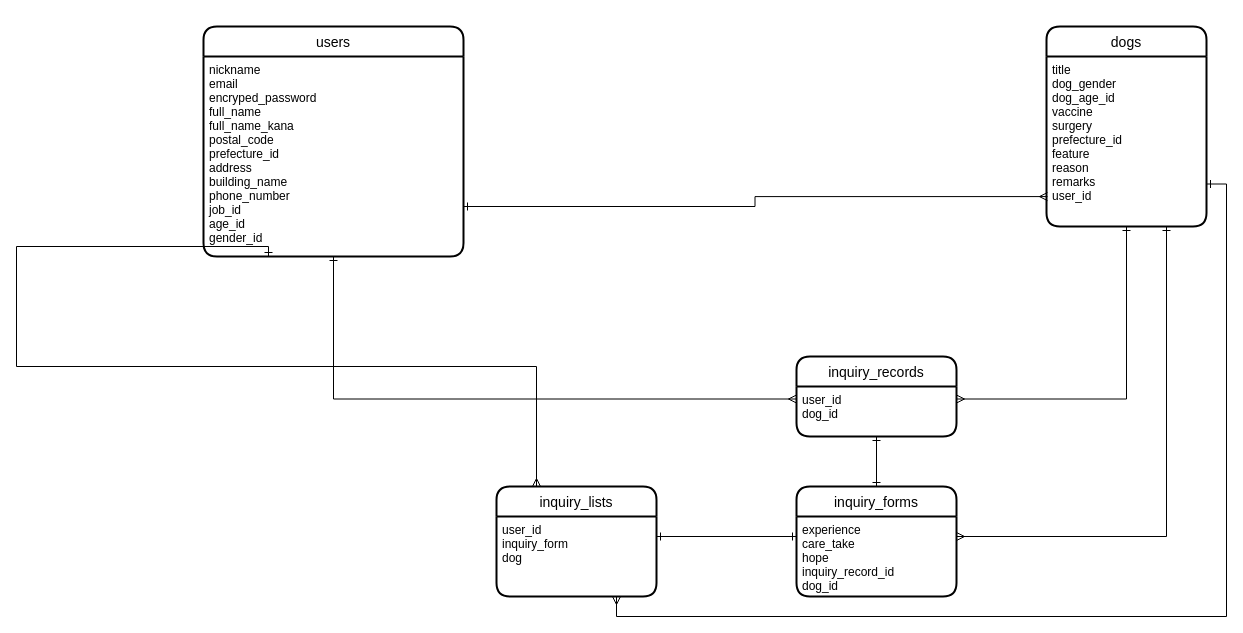
Earlier version of the draw.io diagram dog_home.dio (be-chan/dogs-home). Source tidied: cells renumbered, new cells numbered last; positions are measured from the earlier drawing's top-left corner, leaving out a move shared by most shapes. Both pictures are drawn from the tidied source at 100%, with x=0, y=0 at pixel (16, 26).
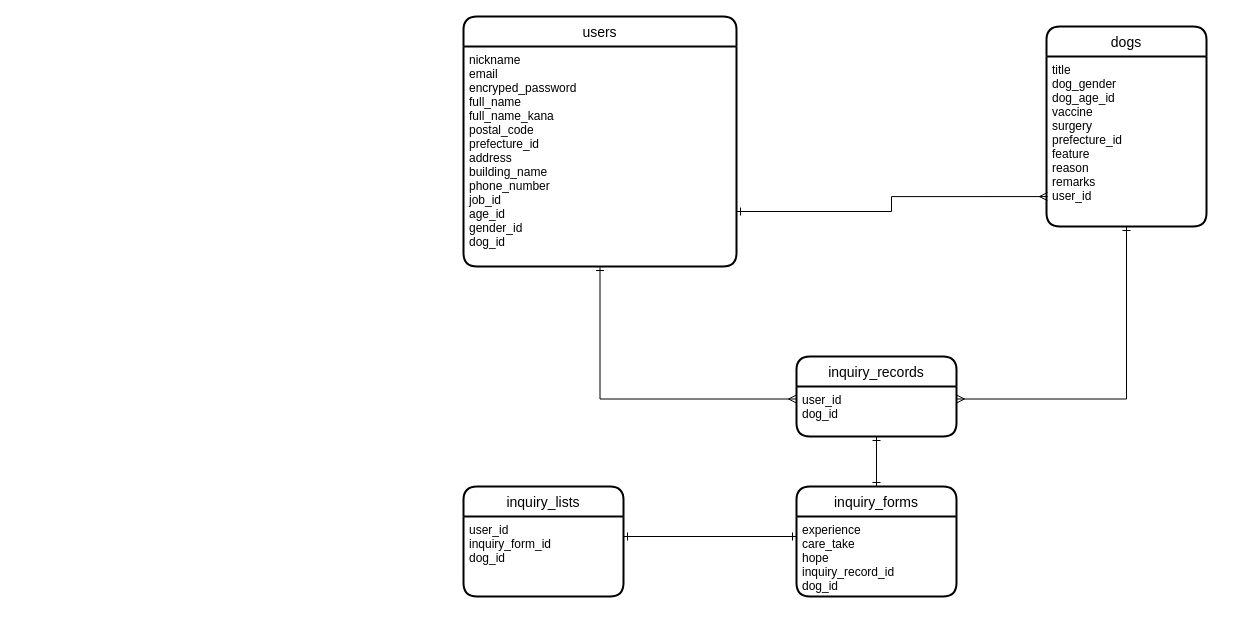
The same diagram, later.

The change refers to these unchanged cells:
```xml
<mxCell id="5" value="title&#10;dog_gender&#10;dog_age_id&#10;vaccine&#10;surgery&#10;prefecture_id&#10;feature&#10;reason&#10;remarks&#10;user_id" style="align=left;strokeColor=none;fillColor=none;spacingLeft=4;fontSize=12;verticalAlign=top;" parent="4" vertex="1">
  <mxGeometry y="30" width="160" height="170" as="geometry" />
</mxCell>
<mxCell id="7" value="experience&#10;care_take&#10;hope&#10;inquiry_record_id&#10;dog_id&#10;" style="align=left;strokeColor=none;fillColor=none;spacingLeft=4;fontSize=12;verticalAlign=top;" parent="6" vertex="1">
  <mxGeometry y="30" width="160" height="80" as="geometry" />
</mxCell>
```

Diff of the diagram source:
```diff
@@
     <mxCell id="2" value="users" style="swimlane;horizontal=1;startSize=30;rounded=1;fontSize=14;fontStyle=0;strokeWidth=2;shadow=0;dashed=0;align=center;" parent="1" vertex="1">
-      <mxGeometry x="187" width="260" height="230" as="geometry" />
+      <mxGeometry x="447" y="-10" width="273" height="250" as="geometry" />
     </mxCell>
-    <mxCell id="3" value="nickname&#10;email&#10;encryped_password&#10;full_name&#10;full_name_kana&#10;postal_code&#10;prefecture_id&#10;address&#10;building_name&#10;phone_number&#10;job_id&#10;age_id&#10;gender_id&#10;" style="align=left;strokeColor=none;fillColor=none;spacingLeft=4;fontSize=12;verticalAlign=top;" parent="2" vertex="1">
-      <mxGeometry y="30" width="260" height="200" as="geometry" />
+    <mxCell id="3" value="nickname&#10;email&#10;encryped_password&#10;full_name&#10;full_name_kana&#10;postal_code&#10;prefecture_id&#10;address&#10;building_name&#10;phone_number&#10;job_id&#10;age_id&#10;gender_id&#10;dog_id&#10;" style="align=left;strokeColor=none;fillColor=none;spacingLeft=4;fontSize=12;verticalAlign=top;" parent="2" vertex="1">
+      <mxGeometry y="30" width="273" height="220" as="geometry" />
     </mxCell>
@@
     <mxCell id="14" value="inquiry_lists" style="swimlane;horizontal=1;startSize=30;rounded=1;fontSize=14;fontStyle=0;strokeWidth=2;shadow=0;dashed=0;align=center;" parent="1" vertex="1">
-      <mxGeometry x="480" y="460" width="160" height="110" as="geometry" />
+      <mxGeometry x="447" y="460" width="160" height="110" as="geometry" />
     </mxCell>
-    <mxCell id="15" value="user_id&#10;inquiry_form&#10;dog" style="align=left;strokeColor=none;fillColor=none;spacingLeft=4;fontSize=12;verticalAlign=top;" parent="14" vertex="1">
+    <mxCell id="15" value="user_id&#10;inquiry_form_id&#10;dog_id" style="align=left;strokeColor=none;fillColor=none;spacingLeft=4;fontSize=12;verticalAlign=top;" parent="14" vertex="1">
       <mxGeometry y="30" width="160" height="80" as="geometry" />
     </mxCell>
@@
-    <mxCell id="17" style="edgeStyle=orthogonalEdgeStyle;rounded=0;jettySize=auto;html=1;exitX=0.25;exitY=1;exitDx=0;exitDy=0;entryX=0.25;entryY=0;entryDx=0;entryDy=0;endArrow=ERmany;endFill=0;startArrow=ERone;startFill=0;" parent="1" edge="1" source="3" target="14">
-      <mxGeometry relative="1" as="geometry">
-        <Array as="points">
-          <mxPoint y="220" />
-          <mxPoint y="340" />
-          <mxPoint x="520" y="340" />
-        </Array>
-      </mxGeometry>
-    </mxCell>
-    <mxCell id="18" style="edgeStyle=orthogonalEdgeStyle;rounded=0;jettySize=auto;html=1;exitX=0.75;exitY=1;exitDx=0;exitDy=0;entryX=1;entryY=0.25;entryDx=0;entryDy=0;endArrow=ERmany;endFill=0;startArrow=ERone;startFill=0;" parent="1" edge="1" source="5" target="7">
-      <mxGeometry relative="1" as="geometry" />
-    </mxCell>
-    <mxCell id="19" style="edgeStyle=orthogonalEdgeStyle;rounded=0;jettySize=auto;html=1;exitX=1;exitY=0.75;exitDx=0;exitDy=0;entryX=0.75;entryY=1;entryDx=0;entryDy=0;startArrow=ERone;startFill=0;endArrow=ERmany;endFill=0;" parent="1" edge="1" source="5" target="15">
-      <mxGeometry relative="1" as="geometry" />
-    </mxCell>
```
